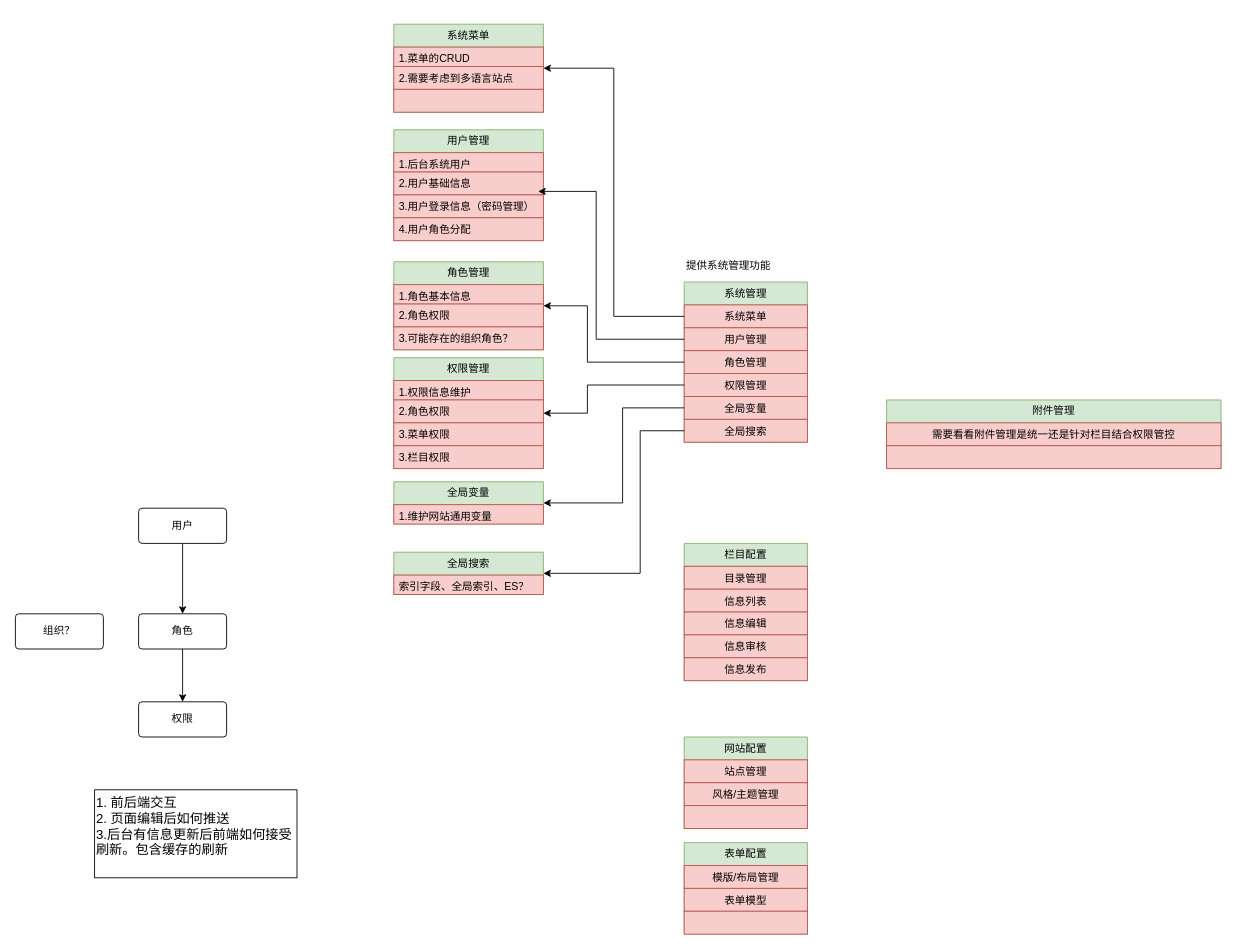
Above: page "CMS技术架构" (3 of 4) of design-uml/thought work.drawio in alvin-zj/MyUml (draw.io), before the change. Source tidied: cells renumbered, new cells numbered last; positions are measured from the earlier drawing's top-left corner, leaving out a move shared by most shapes. Both pictures are drawn from the tidied source at 88%, with x=0, y=0 at pixel (15, 24).
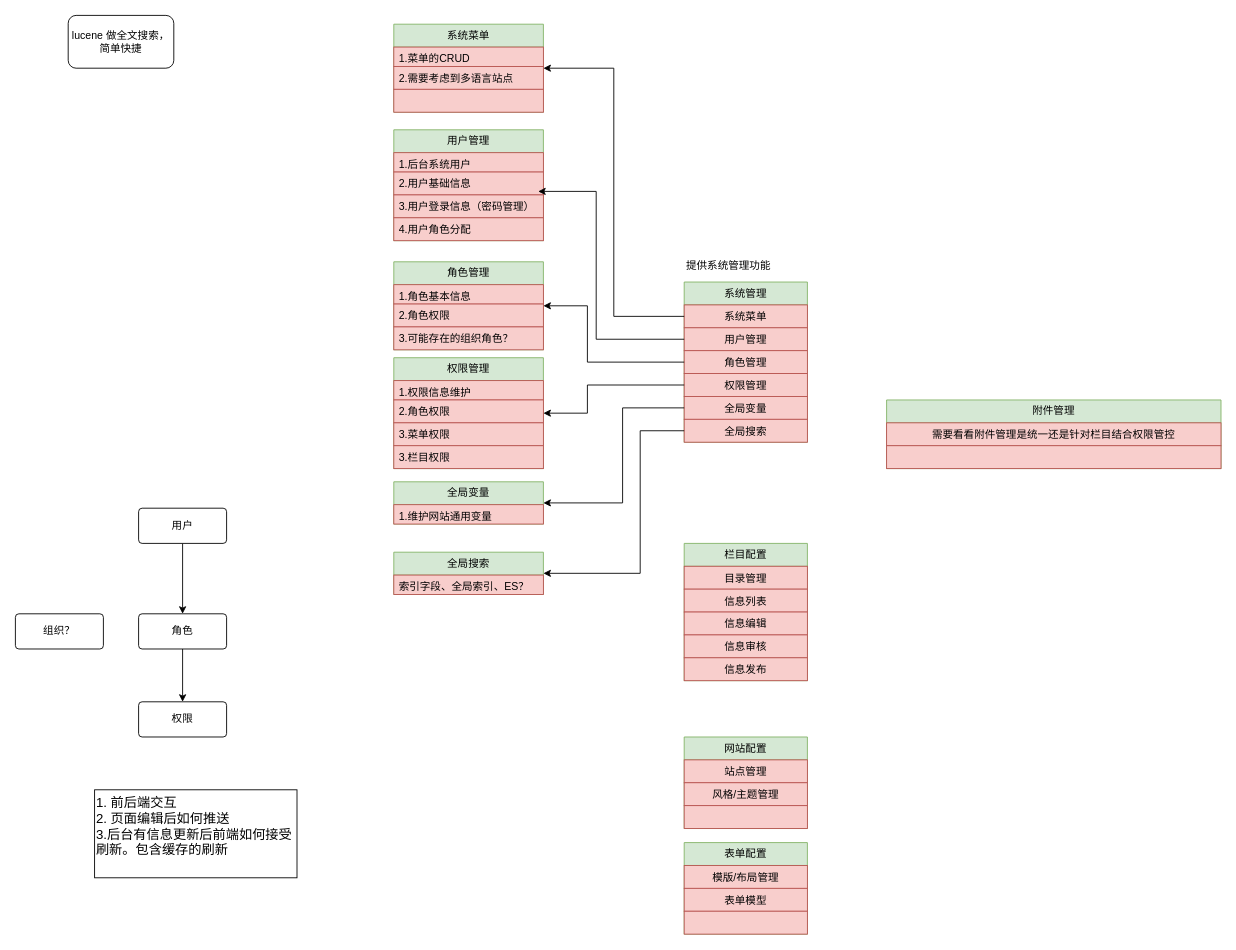
Above is the later version.

Diff of the diagram source:
```diff
@@
+    <mxCell id="62" value="lucene 做全文搜索，简单快捷" style="rounded=1;whiteSpace=wrap;html=1;" parent="1" vertex="1">
+      <mxGeometry x="60" y="-10" width="120" height="60" as="geometry" />
+    </mxCell>
```
